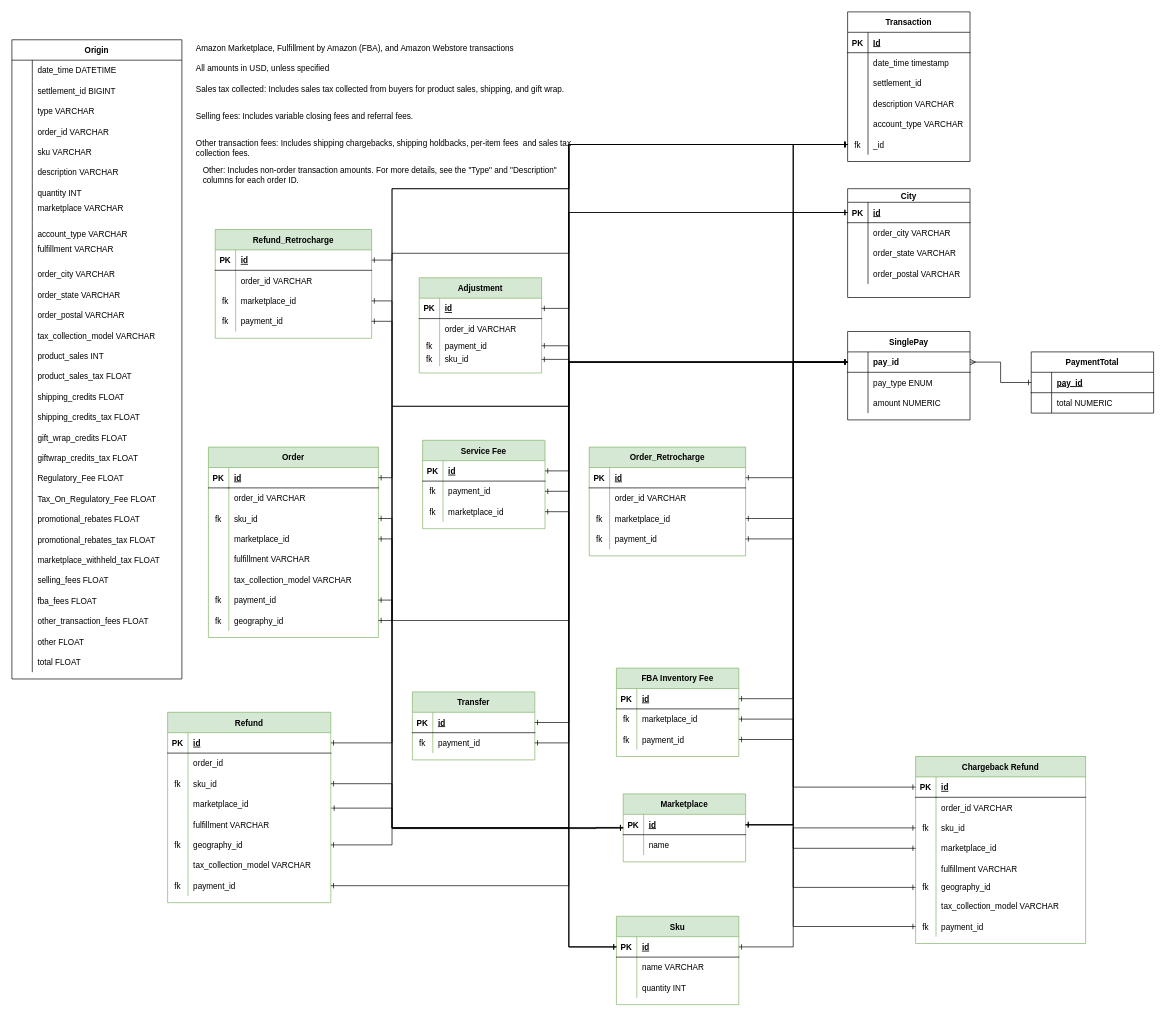
Above: norm_maelys.drawio.xml in Urzhumtsev1/maelys (draw.io), before the change. Source tidied: cells renumbered, new cells numbered last; positions are measured from the earlier drawing's top-left corner, leaving out a move shared by most shapes. Both pictures are drawn from the tidied source at 68%, with x=0, y=0 at pixel (12, 12).
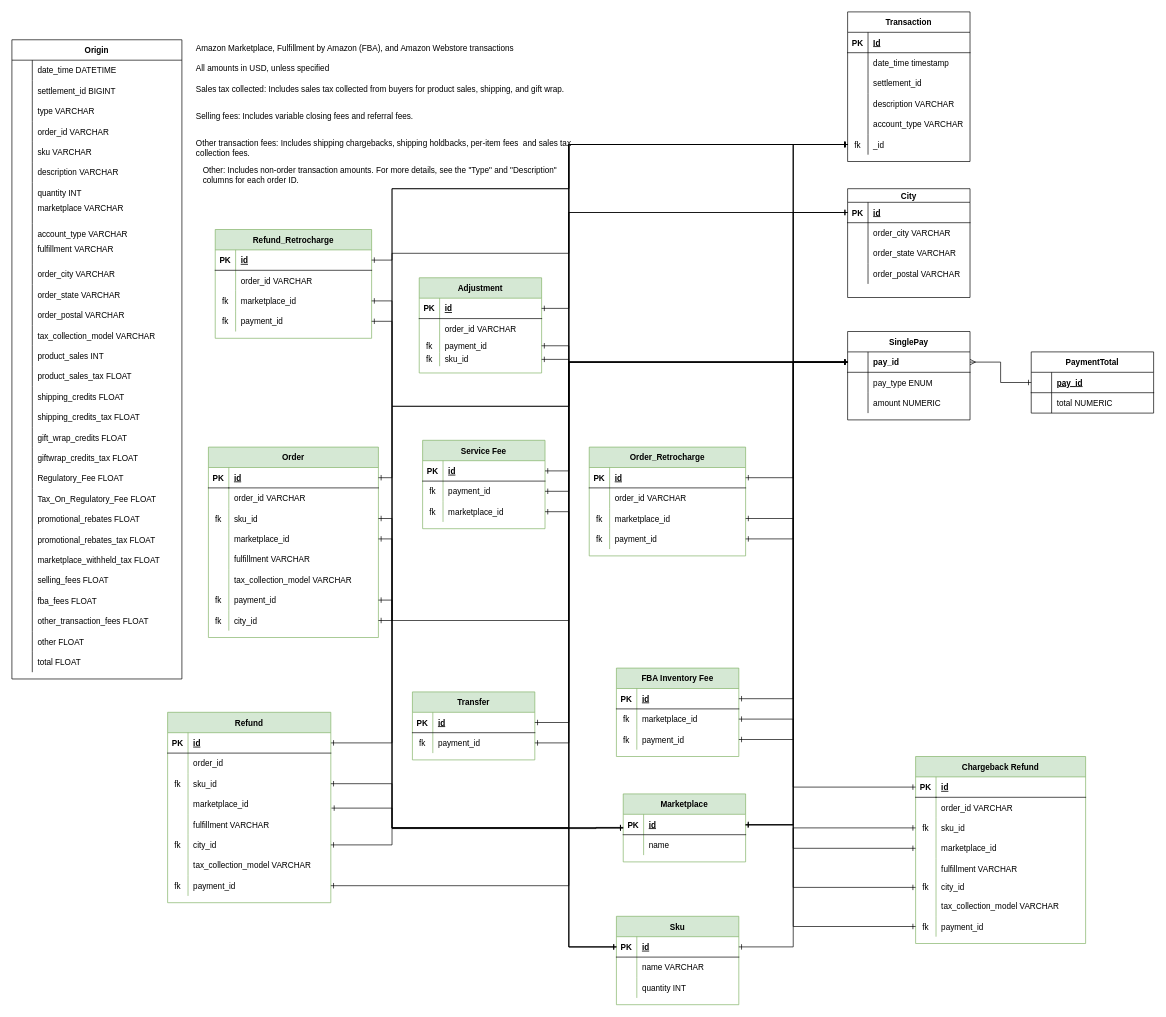
After the change.

Commit message:
city model

Unchanged cells that the change refers to:
```xml
<mxCell id="200" style="shape=partialRectangle;fillColor=none;points=[[0,0.5],[1,0.5]];portConstraint=eastwest;top=0;left=0;right=0;bottom=0;" parent="178" vertex="1">
  <mxGeometry y="240" width="250" height="30" as="geometry" />
</mxCell>
<mxCell id="219" style="shape=partialRectangle;fillColor=none;points=[[0,0.5],[1,0.5]];portConstraint=eastwest;top=0;left=0;right=0;bottom=0;" parent="203" vertex="1">
  <mxGeometry y="180" width="250" height="25" as="geometry" />
</mxCell>
<mxCell id="292" style="shape=tableRow;horizontal=0;startSize=0;swimlaneHead=0;swimlaneBody=0;fillColor=none;points=[[0,0.5],[1,0.5]];portConstraint=eastwest;top=0;left=0;right=0;bottom=0;strokeColor=default;" parent="276" vertex="1">
  <mxGeometry y="180" width="240" height="30" as="geometry" />
</mxCell>
```

Diff of the diagram source:
```diff
@@
-    <mxCell id="202" value="geography_id" style="shape=partialRectangle;overflow=hidden;fillColor=none;top=0;left=0;bottom=0;right=0;align=left;spacingLeft=6;" parent="200" vertex="1">
+    <mxCell id="202" value="city_id" style="shape=partialRectangle;overflow=hidden;fillColor=none;top=0;left=0;bottom=0;right=0;align=left;spacingLeft=6;" parent="200" vertex="1">
       <mxGeometry x="30" width="220" height="30" as="geometry" />
     </mxCell>
@@
-    <mxCell id="221" value="geography_id" style="shape=partialRectangle;overflow=hidden;fillColor=none;top=0;left=0;bottom=0;right=0;align=left;spacingLeft=6;" parent="219" vertex="1">
+    <mxCell id="221" value="city_id" style="shape=partialRectangle;overflow=hidden;fillColor=none;top=0;left=0;bottom=0;right=0;align=left;spacingLeft=6;" parent="219" vertex="1">
       <mxGeometry x="30" width="220" height="25" as="geometry" />
     </mxCell>
@@
-    <mxCell id="294" value="geography_id" style="shape=partialRectangle;fillColor=none;top=0;left=0;bottom=0;right=0;align=left;spacingLeft=6;overflow=hidden;strokeColor=default;" parent="292" vertex="1">
+    <mxCell id="294" value="city_id" style="shape=partialRectangle;fillColor=none;top=0;left=0;bottom=0;right=0;align=left;spacingLeft=6;overflow=hidden;strokeColor=default;" parent="292" vertex="1">
       <mxGeometry x="30" width="210" height="30" as="geometry" />
     </mxCell>
```
